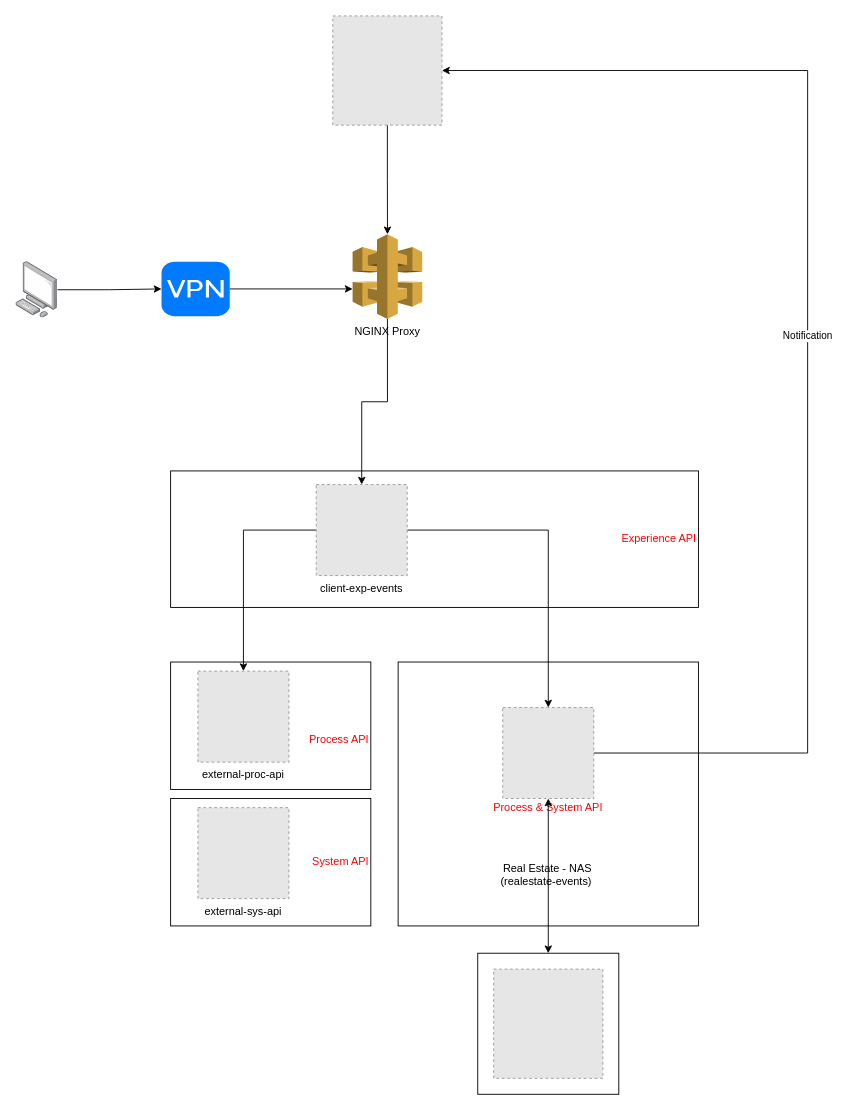
The draw.io diagram page "HUB_BMO_Specific" (3 of 4) of RELNKS_Arechitect.drawio in hsrchung81/FlowDiagram, before the edit. Source tidied: cells renumbered, new cells numbered last; positions are measured from the earlier drawing's top-left corner, leaving out a move shared by most shapes. Both pictures are drawn from the tidied source at 91%, with x=0, y=0 at pixel (15, 15). Pictures stored in the file or linked from it are replaced by grey dashed boxes.
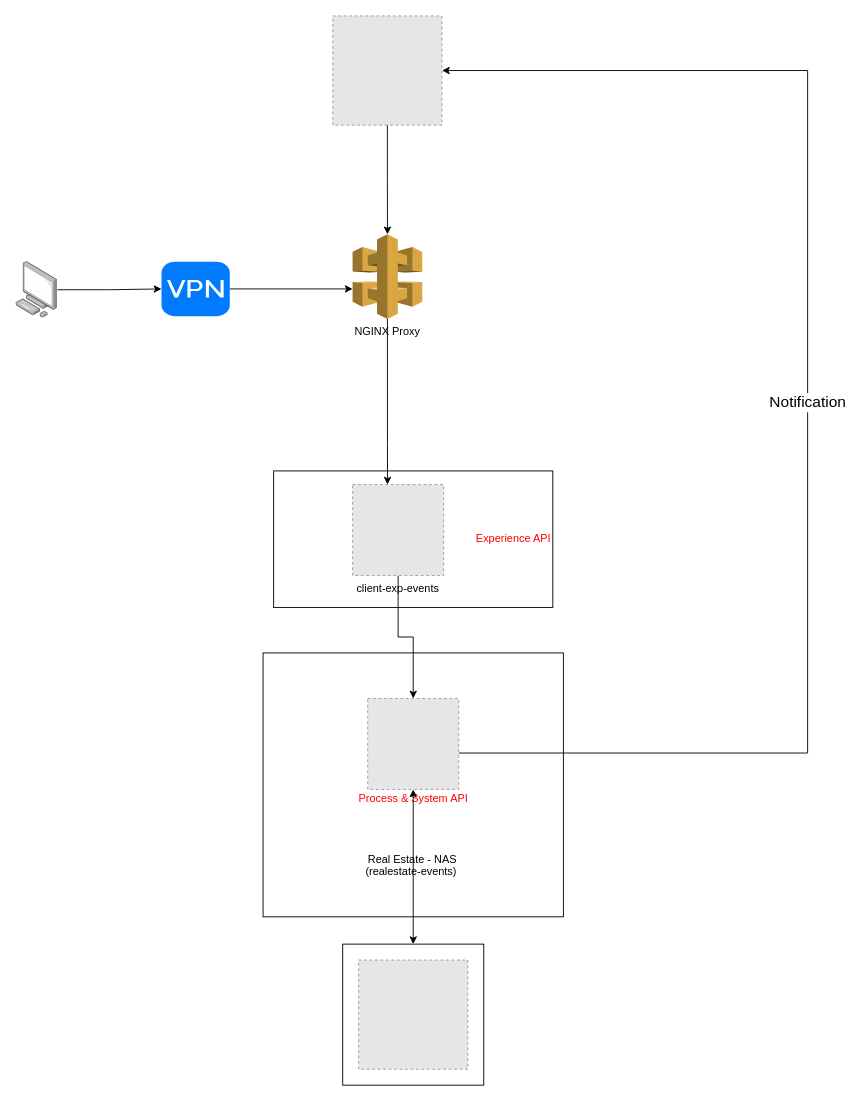
The same diagram, later.

Unchanged cells that the change refers to:
```xml
<mxCell id="18" value="NGINX Proxy" style="outlineConnect=0;dashed=0;verticalLabelPosition=bottom;verticalAlign=top;align=center;html=1;shape=mxgraph.aws3.api_gateway;fillColor=#D9A741;gradientColor=none;" parent="1" vertex="1">
  <mxGeometry x="370" y="240" width="76.5" height="93" as="geometry" />
</mxCell>
<mxCell id="20" style="fillColor=#E6E6E6;strokeColor=#999999;dashed=1;verticalLabelPosition=bottom;labelBackgroundColor=#ffffff;verticalAlign=top;" parent="1" vertex="1">
  <mxGeometry x="348.2" width="120" height="120" as="geometry" />
</mxCell>
```

The edit, as a diff of the source:
```diff
@@
     <mxCell id="2" value="&lt;font color=&quot;#ff0000&quot;&gt;Experience API&lt;/font&gt;" style="rounded=0;whiteSpace=wrap;html=1;align=right;" parent="1" vertex="1">
-      <mxGeometry x="170" y="500" width="580" height="150" as="geometry" />
+      <mxGeometry x="283.2" y="500" width="306.8" height="150" as="geometry" />
     </mxCell>
     <mxCell id="3" value="&lt;div&gt;&lt;font color=&quot;#ff0000&quot;&gt;&lt;br&gt;&lt;/font&gt;&lt;/div&gt;&lt;font color=&quot;#ff0000&quot;&gt;&lt;div&gt;&lt;br&gt;&lt;/div&gt;&lt;span style=&quot;font-family: &amp;#34;helvetica&amp;#34; ; font-size: 12px ; font-style: normal ; font-weight: 400 ; letter-spacing: normal ; text-indent: 0px ; text-transform: none ; word-spacing: 0px ; background-color: rgb(248 , 249 , 250) ; display: inline ; float: none&quot;&gt;&lt;div&gt;Process &amp;amp; System API&lt;/div&gt;&lt;/span&gt;&lt;/font&gt;" style="rounded=0;whiteSpace=wrap;html=1;align=center;" parent="1" vertex="1">
-      <mxGeometry x="420" y="710" width="330" height="290" as="geometry" />
+      <mxGeometry x="271.6" y="700" width="330" height="290" as="geometry" />
     </mxCell>
@@
-    <mxCell id="5" value="Notification" style="edgeStyle=orthogonalEdgeStyle;rounded=0;jettySize=auto;html=1;startArrow=none;startFill=0;endArrow=classic;endFill=1;entryX=1;entryY=0.5;entryDx=0;entryDy=0;" parent="1" edge="1" source="6" target="20">
+    <mxCell id="5" value="Notification" style="edgeStyle=orthogonalEdgeStyle;rounded=0;jettySize=auto;html=1;startArrow=none;startFill=0;endArrow=classic;endFill=1;entryX=1;entryY=0.5;entryDx=0;entryDy=0;fontSize=17;" parent="1" edge="1" source="6" target="20">
       <mxGeometry relative="1" as="geometry">
         <Array as="points">
           <mxPoint x="870" y="810" />
           <mxPoint x="870" y="60" />
         </Array>
       </mxGeometry>
     </mxCell>
     <mxCell id="6" value="Real Estate - NAS&#10;(realestate-events)" style="fillColor=#E6E6E6;strokeColor=#999999;dashed=1;verticalLabelPosition=bottom;verticalAlign=bottom;align=right;" parent="1" vertex="1">
-      <mxGeometry x="535" y="760" width="100" height="100" as="geometry" />
+      <mxGeometry x="386.6" y="750" width="100" height="100" as="geometry" />
     </mxCell>
-    <mxCell id="7" value="&lt;font color=&quot;#ff0000&quot;&gt;System API&lt;/font&gt;" style="rounded=0;whiteSpace=wrap;html=1;align=right;" parent="1" vertex="1">
-      <mxGeometry x="170" y="860" width="220" height="140" as="geometry" />
-    </mxCell>
-    <mxCell id="8" value="&lt;div&gt;&lt;br&gt;&lt;/div&gt;&lt;div&gt;&lt;br&gt;&lt;/div&gt;&lt;font color=&quot;#ff0000&quot;&gt;&lt;div&gt;&lt;span style=&quot;font-family: &amp;#34;helvetica&amp;#34;&quot;&gt;Process API&lt;/span&gt;&lt;/div&gt;&lt;/font&gt;" style="rounded=0;whiteSpace=wrap;html=1;align=right;" parent="1" vertex="1">
-      <mxGeometry x="170" y="710" width="220" height="140" as="geometry" />
-    </mxCell>
-    <mxCell id="9" value="external-proc-api" style="fillColor=#E6E6E6;strokeColor=#999999;dashed=1;verticalLabelPosition=bottom;verticalAlign=top;" parent="1" vertex="1">
-      <mxGeometry x="200" y="720" width="100" height="100" as="geometry" />
-    </mxCell>
-    <mxCell id="10" value="external-sys-api" style="fillColor=#E6E6E6;strokeColor=#999999;dashed=1;verticalLabelPosition=bottom;verticalAlign=top;" parent="1" vertex="1">
-      <mxGeometry x="200" y="870" width="100" height="100" as="geometry" />
-    </mxCell>
@@
-    <mxCell id="12" style="edgeStyle=orthogonalEdgeStyle;rounded=0;jettySize=auto;html=1;" parent="1" edge="1" source="13" target="9">
-      <mxGeometry relative="1" as="geometry" />
-    </mxCell>
     <mxCell id="13" value="client-exp-events" style="fillColor=#E6E6E6;strokeColor=#999999;dashed=1;verticalLabelPosition=bottom;verticalAlign=top;" parent="1" vertex="1">
-      <mxGeometry x="330" y="515" width="100" height="100" as="geometry" />
+      <mxGeometry x="370" y="515" width="100" height="100" as="geometry" />
     </mxCell>
     <mxCell id="14" style="group;" parent="1" vertex="1">
-      <mxGeometry x="507.5" y="1030" width="155" height="155" as="geometry" />
+      <mxGeometry x="359.1" y="1020" width="155" height="155" as="geometry" />
     </mxCell>
@@
     <mxCell id="17" style="edgeStyle=orthogonalEdgeStyle;rounded=0;jettySize=auto;html=1;exitX=0.5;exitY=1;exitDx=0;exitDy=0;exitPerimeter=0;" parent="1" edge="1" source="18" target="13">
       <mxGeometry relative="1" as="geometry">
         <Array as="points">
-          <mxPoint x="408" y="424" />
-          <mxPoint x="380" y="424" />
+          <mxPoint x="408" y="470" />
+          <mxPoint x="408" y="470" />
         </Array>
       </mxGeometry>
     </mxCell>
```
